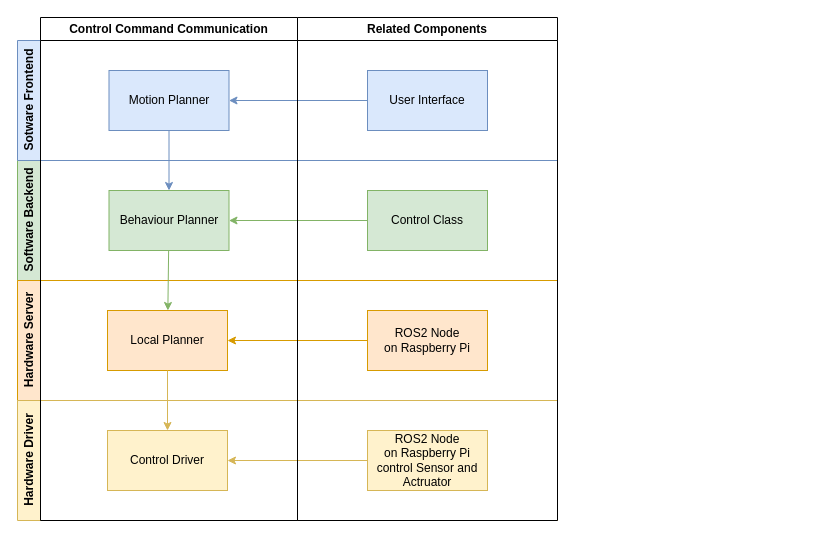
Above: SDP.drawio in 2023-SDP-G21/RobotDesign (draw.io), before the change. Source tidied: cells renumbered, new cells numbered last; positions are measured from the earlier drawing's top-left corner, leaving out a move shared by most shapes. Both pictures are drawn from the tidied source at 100%, with x=0, y=0 at pixel (17, 17).
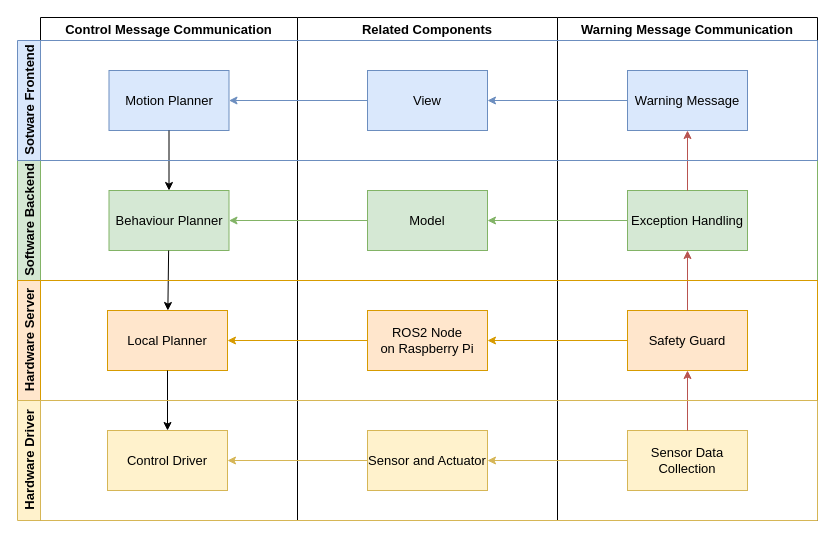
After the change.

Diff of the diagram source:
```diff
@@
-    <mxCell id="2" value="&lt;div&gt;Software Backend&lt;/div&gt;" style="swimlane;horizontal=0;whiteSpace=wrap;html=1;fillColor=#d5e8d4;strokeColor=#82b366;" parent="1" vertex="1">
-      <mxGeometry y="143" width="540" height="120" as="geometry" />
-    </mxCell>
-    <mxCell id="3" value="&lt;div&gt;Hardware Server&lt;/div&gt;" style="swimlane;horizontal=0;whiteSpace=wrap;html=1;startSize=23;fillColor=#ffe6cc;strokeColor=#d79b00;" parent="1" vertex="1">
-      <mxGeometry y="263" width="540" height="120" as="geometry" />
-    </mxCell>
-    <mxCell id="4" value="Sotware Frontend" style="swimlane;horizontal=0;whiteSpace=wrap;html=1;fillColor=#dae8fc;strokeColor=#6c8ebf;" parent="1" vertex="1">
-      <mxGeometry y="23" width="540" height="120" as="geometry" />
-    </mxCell>
-    <mxCell id="5" value="&lt;div&gt;Hardware Driver&lt;/div&gt;" style="swimlane;horizontal=0;whiteSpace=wrap;html=1;startSize=23;fillColor=#fff2cc;strokeColor=#d6b656;" parent="1" vertex="1">
-      <mxGeometry y="383" width="540" height="120" as="geometry" />
-    </mxCell>
-    <mxCell id="6" style="endArrow=classic;html=1;rounded=0;fillColor=#fff2cc;strokeColor=#d6b656;" parent="1" edge="1" source="22" target="16">
-      <mxGeometry relative="1" as="geometry" />
-    </mxCell>
-    <mxCell id="7" style="endArrow=classic;html=1;rounded=0;fillColor=#ffe6cc;strokeColor=#d79b00;" parent="1" edge="1" source="21" target="14">
-      <mxGeometry relative="1" as="geometry" />
-    </mxCell>
-    <mxCell id="8" style="endArrow=classic;html=1;rounded=0;fillColor=#d5e8d4;strokeColor=#82b366;" parent="1" edge="1" source="20" target="12">
-      <mxGeometry relative="1" as="geometry" />
-    </mxCell>
-    <mxCell id="9" style="endArrow=classic;html=1;rounded=0;fillColor=#dae8fc;strokeColor=#6c8ebf;" parent="1" edge="1" source="19" target="11">
-      <mxGeometry relative="1" as="geometry" />
-    </mxCell>
-    <mxCell id="10" value="Control Command Communication" style="swimlane;whiteSpace=wrap;html=1;" parent="1" vertex="1">
+    <mxCell id="10" value="Control Message Communication" style="swimlane;whiteSpace=wrap;html=1;fontSize=13;" parent="1" vertex="1">
       <mxGeometry x="23" width="257" height="503" as="geometry" />
     </mxCell>
-    <mxCell id="11" value="Motion Planner" style="rounded=0;whiteSpace=wrap;html=1;fillColor=#dae8fc;strokeColor=#6c8ebf;" parent="10" vertex="1">
+    <mxCell id="11" value="Motion Planner" style="rounded=0;whiteSpace=wrap;html=1;fillColor=#dae8fc;strokeColor=#6c8ebf;fontSize=13;" parent="10" vertex="1">
       <mxGeometry x="68.5" y="53" width="120" height="60" as="geometry" />
     </mxCell>
-    <mxCell id="12" value="Behaviour Planner" style="rounded=0;whiteSpace=wrap;html=1;fillColor=#d5e8d4;strokeColor=#82b366;" parent="10" vertex="1">
+    <mxCell id="12" value="Behaviour Planner" style="rounded=0;whiteSpace=wrap;html=1;fillColor=#d5e8d4;strokeColor=#82b366;fontSize=13;" parent="10" vertex="1">
       <mxGeometry x="68.5" y="173" width="120" height="60" as="geometry" />
     </mxCell>
-    <mxCell id="13" style="endArrow=classic;html=1;rounded=0;fillColor=#dae8fc;strokeColor=#6c8ebf;" parent="10" edge="1" source="11" target="12">
+    <mxCell id="13" style="endArrow=classic;html=1;rounded=0;fontSize=13;" parent="10" edge="1" source="11" target="12">
       <mxGeometry relative="1" as="geometry" />
     </mxCell>
-    <mxCell id="14" value="Local Planner" style="rounded=0;whiteSpace=wrap;html=1;fillColor=#ffe6cc;strokeColor=#d79b00;" parent="10" vertex="1">
+    <mxCell id="14" value="Local Planner" style="rounded=0;whiteSpace=wrap;html=1;fillColor=#ffe6cc;strokeColor=#d79b00;fontSize=13;" parent="10" vertex="1">
       <mxGeometry x="67" y="293" width="120" height="60" as="geometry" />
     </mxCell>
-    <mxCell id="15" style="endArrow=classic;html=1;rounded=0;fillColor=#d5e8d4;strokeColor=#82b366;" parent="10" edge="1" source="12" target="14">
+    <mxCell id="15" style="endArrow=classic;html=1;rounded=0;fontSize=13;" parent="10" edge="1" source="12" target="14">
       <mxGeometry relative="1" as="geometry" />
     </mxCell>
-    <mxCell id="16" value="&lt;div&gt;Control Driver&lt;/div&gt;" style="rounded=0;whiteSpace=wrap;html=1;fillColor=#fff2cc;strokeColor=#d6b656;" parent="10" vertex="1">
+    <mxCell id="16" value="&lt;div style=&quot;font-size: 13px;&quot;&gt;Control Driver&lt;/div&gt;" style="rounded=0;whiteSpace=wrap;html=1;fillColor=#fff2cc;strokeColor=#d6b656;fontSize=13;" parent="10" vertex="1">
       <mxGeometry x="67" y="413" width="120" height="60" as="geometry" />
     </mxCell>
-    <mxCell id="17" style="endArrow=classic;html=1;rounded=0;fillColor=#fff2cc;strokeColor=#d6b656;" parent="10" edge="1" source="14" target="16">
+    <mxCell id="17" style="endArrow=classic;html=1;rounded=0;fontSize=13;" parent="10" edge="1" source="14" target="16">
       <mxGeometry relative="1" as="geometry" />
     </mxCell>
-    <mxCell id="18" value="Related Components" style="swimlane;whiteSpace=wrap;html=1;" parent="1" vertex="1">
+    <mxCell id="18" value="Related Components" style="swimlane;whiteSpace=wrap;html=1;fontSize=13;" parent="1" vertex="1">
       <mxGeometry x="280" width="260" height="503" as="geometry" />
     </mxCell>
-    <mxCell id="19" value="User Interface" style="rounded=0;whiteSpace=wrap;html=1;fillColor=#dae8fc;strokeColor=#6c8ebf;" parent="18" vertex="1">
+    <mxCell id="19" value="View" style="rounded=0;whiteSpace=wrap;html=1;fillColor=#dae8fc;strokeColor=#6c8ebf;fontSize=13;" parent="18" vertex="1">
       <mxGeometry x="70" y="53" width="120" height="60" as="geometry" />
     </mxCell>
-    <mxCell id="20" value="Control Class" style="rounded=0;whiteSpace=wrap;html=1;fillColor=#d5e8d4;strokeColor=#82b366;" parent="18" vertex="1">
+    <mxCell id="20" value="Model" style="rounded=0;whiteSpace=wrap;html=1;fillColor=#d5e8d4;strokeColor=#82b366;fontSize=13;" parent="18" vertex="1">
       <mxGeometry x="70" y="173" width="120" height="60" as="geometry" />
     </mxCell>
-    <mxCell id="21" value="&lt;div&gt;ROS2 Node&lt;br&gt;&lt;/div&gt;&lt;div&gt;on Raspberry Pi&lt;/div&gt;" style="rounded=0;whiteSpace=wrap;html=1;fillColor=#ffe6cc;strokeColor=#d79b00;" parent="18" vertex="1">
+    <mxCell id="21" value="&lt;div style=&quot;font-size: 13px;&quot;&gt;ROS2 Node&lt;br style=&quot;font-size: 13px;&quot;&gt;&lt;/div&gt;&lt;div style=&quot;font-size: 13px;&quot;&gt;on Raspberry Pi&lt;/div&gt;" style="rounded=0;whiteSpace=wrap;html=1;fillColor=#ffe6cc;strokeColor=#d79b00;fontSize=13;" parent="18" vertex="1">
       <mxGeometry x="70" y="293" width="120" height="60" as="geometry" />
     </mxCell>
-    <mxCell id="22" value="&lt;div&gt;ROS2 Node&lt;/div&gt;&lt;div&gt;on Raspberry Pi&lt;br&gt;&lt;/div&gt;&lt;div&gt;control Sensor and Actruator&lt;/div&gt;" style="rounded=0;whiteSpace=wrap;html=1;fillColor=#fff2cc;strokeColor=#d6b656;" parent="18" vertex="1">
+    <mxCell id="22" value="Sensor and Actuator" style="rounded=0;whiteSpace=wrap;html=1;fillColor=#fff2cc;strokeColor=#d6b656;fontSize=13;" parent="18" vertex="1">
       <mxGeometry x="70" y="413" width="120" height="60" as="geometry" />
     </mxCell>
+    <mxCell id="23" value="Warning Message Communication" style="swimlane;whiteSpace=wrap;html=1;fontSize=13;" parent="1" vertex="1">
+      <mxGeometry x="540" width="260" height="503" as="geometry" />
+    </mxCell>
+    <mxCell id="24" value="Warning Message" style="rounded=0;whiteSpace=wrap;html=1;fillColor=#dae8fc;strokeColor=#6c8ebf;fontSize=13;" parent="23" vertex="1">
+      <mxGeometry x="70" y="53" width="120" height="60" as="geometry" />
+    </mxCell>
+    <mxCell id="25" value="Exception Handling" style="rounded=0;whiteSpace=wrap;html=1;fillColor=#d5e8d4;strokeColor=#82b366;fontSize=13;" parent="23" vertex="1">
+      <mxGeometry x="70" y="173" width="120" height="60" as="geometry" />
+    </mxCell>
+    <mxCell id="26" value="Safety Guard" style="rounded=0;whiteSpace=wrap;html=1;fillColor=#ffe6cc;strokeColor=#d79b00;fontSize=13;" parent="23" vertex="1">
+      <mxGeometry x="70" y="293" width="120" height="60" as="geometry" />
+    </mxCell>
+    <mxCell id="27" value="Sensor Data Collection" style="rounded=0;whiteSpace=wrap;html=1;fillColor=#fff2cc;strokeColor=#d6b656;fontSize=13;" parent="23" vertex="1">
+      <mxGeometry x="70" y="413" width="120" height="60" as="geometry" />
+    </mxCell>
+    <mxCell id="28" style="endArrow=classic;html=1;rounded=0;fontSize=13;fillColor=#f8cecc;strokeColor=#b85450;" parent="23" edge="1" source="27" target="26">
+      <mxGeometry relative="1" as="geometry" />
+    </mxCell>
+    <mxCell id="29" style="endArrow=classic;html=1;rounded=0;fontSize=13;fillColor=#f8cecc;strokeColor=#b85450;" parent="23" edge="1" source="26" target="25">
+      <mxGeometry relative="1" as="geometry" />
+    </mxCell>
+    <mxCell id="30" style="endArrow=classic;html=1;rounded=0;fontSize=13;fillColor=#f8cecc;strokeColor=#b85450;" parent="23" edge="1" source="25" target="24">
+      <mxGeometry relative="1" as="geometry" />
+    </mxCell>
+    <mxCell id="2" value="&lt;div style=&quot;font-size: 13px;&quot;&gt;Software Backend&lt;/div&gt;" style="swimlane;horizontal=0;whiteSpace=wrap;html=1;fillColor=#d5e8d4;strokeColor=#82b366;fontSize=13;" parent="1" vertex="1">
+      <mxGeometry y="143" width="800" height="120" as="geometry" />
+    </mxCell>
+    <mxCell id="3" value="&lt;div style=&quot;font-size: 13px;&quot;&gt;Hardware Server&lt;/div&gt;" style="swimlane;horizontal=0;whiteSpace=wrap;html=1;startSize=23;fillColor=#ffe6cc;strokeColor=#d79b00;fontSize=13;" parent="1" vertex="1">
+      <mxGeometry y="263" width="800" height="120" as="geometry" />
+    </mxCell>
+    <mxCell id="4" value="Sotware Frontend" style="swimlane;horizontal=0;whiteSpace=wrap;html=1;fillColor=#dae8fc;strokeColor=#6c8ebf;fontSize=13;" parent="1" vertex="1">
+      <mxGeometry y="23" width="800" height="120" as="geometry" />
+    </mxCell>
+    <mxCell id="5" value="&lt;div style=&quot;font-size: 13px;&quot;&gt;Hardware Driver&lt;/div&gt;" style="swimlane;horizontal=0;whiteSpace=wrap;html=1;startSize=23;fillColor=#fff2cc;strokeColor=#d6b656;fontSize=13;" parent="1" vertex="1">
+      <mxGeometry y="383" width="800" height="120" as="geometry" />
+    </mxCell>
+    <mxCell id="6" style="endArrow=classic;html=1;rounded=0;fillColor=#fff2cc;strokeColor=#d6b656;fontSize=13;" parent="1" edge="1" source="22" target="16">
+      <mxGeometry relative="1" as="geometry" />
+    </mxCell>
+    <mxCell id="7" style="endArrow=classic;html=1;rounded=0;fillColor=#ffe6cc;strokeColor=#d79b00;fontSize=13;" parent="1" edge="1" source="21" target="14">
+      <mxGeometry relative="1" as="geometry" />
+    </mxCell>
+    <mxCell id="8" style="endArrow=classic;html=1;rounded=0;fillColor=#d5e8d4;strokeColor=#82b366;fontSize=13;" parent="1" edge="1" source="20" target="12">
+      <mxGeometry relative="1" as="geometry" />
+    </mxCell>
+    <mxCell id="9" style="endArrow=classic;html=1;rounded=0;fillColor=#dae8fc;strokeColor=#6c8ebf;fontSize=13;" parent="1" edge="1" source="19" target="11">
+      <mxGeometry relative="1" as="geometry" />
+    </mxCell>
+    <mxCell id="31" style="endArrow=classic;html=1;rounded=0;fillColor=#dae8fc;strokeColor=#6c8ebf;fontSize=13;" parent="1" edge="1" source="24" target="19">
+      <mxGeometry relative="1" as="geometry" />
+    </mxCell>
+    <mxCell id="32" style="endArrow=classic;html=1;rounded=0;fillColor=#d5e8d4;strokeColor=#82b366;fontSize=13;" parent="1" edge="1" source="25" target="20">
+      <mxGeometry relative="1" as="geometry" />
+    </mxCell>
+    <mxCell id="33" style="endArrow=classic;html=1;rounded=0;fillColor=#ffe6cc;strokeColor=#d79b00;fontSize=13;" parent="1" edge="1" source="26" target="21">
+      <mxGeometry relative="1" as="geometry" />
+    </mxCell>
+    <mxCell id="34" style="endArrow=classic;html=1;rounded=0;fillColor=#fff2cc;strokeColor=#d6b656;fontSize=13;" parent="1" edge="1" source="27" target="22">
+      <mxGeometry relative="1" as="geometry" />
+    </mxCell>
```
